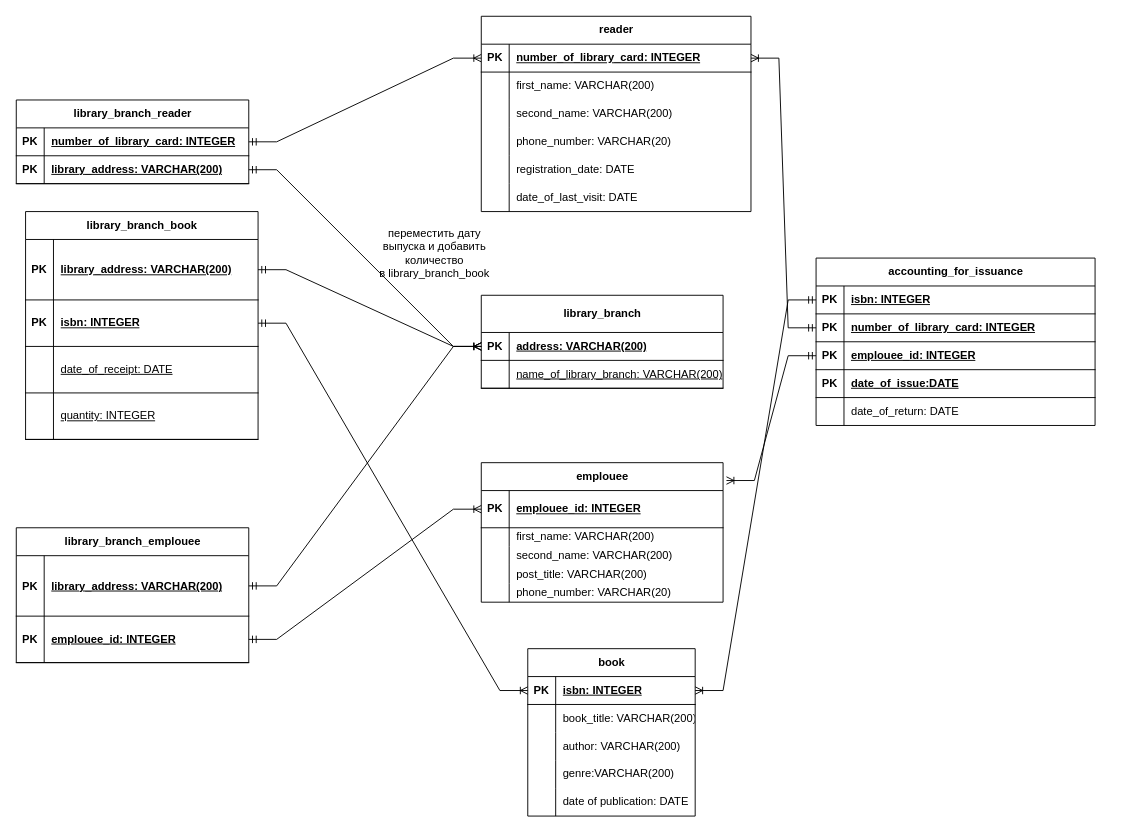
The draw.io diagram lab1/lab1_task3.drawio in ValentinKonstantinov/-Database, before the edit. Source tidied: cells renumbered, new cells numbered last; positions are measured from the earlier drawing's top-left corner, leaving out a move shared by most shapes. Both pictures are drawn from the tidied source at 93%, with x=0, y=0 at pixel (16, 16).
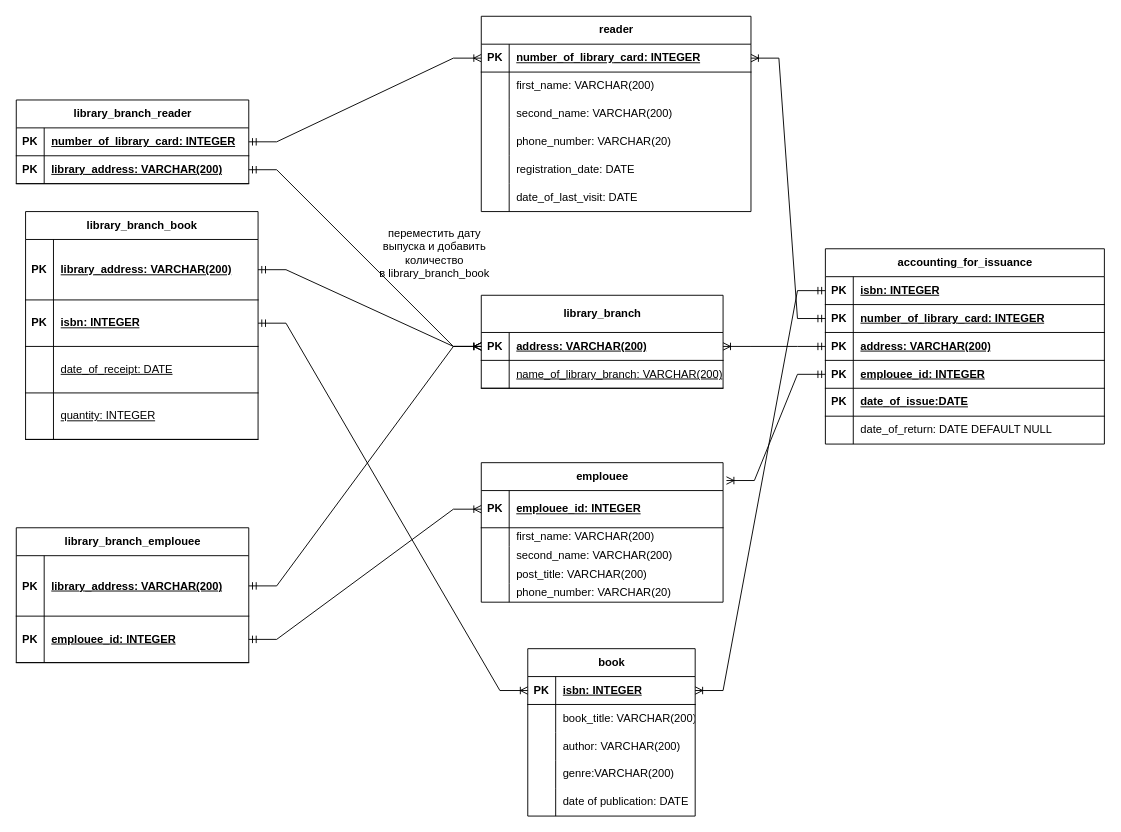
The same diagram, later.

The change refers to these unchanged cells:
```xml
<mxCell id="19" style="shape=tableRow;horizontal=0;startSize=0;swimlaneHead=0;swimlaneBody=0;fillColor=none;points=[[0,0.5],[1,0.5]];portConstraint=eastwest;top=0;left=0;right=0;bottom=1;" parent="18" vertex="1">
  <mxGeometry y="40" width="260" height="30" as="geometry" />
</mxCell>
```

Diff of the diagram source:
```diff
@@
     <mxCell id="67" value="accounting_for_issuance" style="shape=table;startSize=30;childLayout=tableLayout;rowLines=0;fontStyle=1;align=center;html=1;" parent="1" vertex="1">
-      <mxGeometry x="860" y="260" width="300" height="180" as="geometry" />
+      <mxGeometry x="870" y="250" width="300" height="210" as="geometry" />
     </mxCell>
@@
+    <mxCell id="113" style="shape=tableRow;horizontal=0;startSize=0;swimlaneHead=0;swimlaneBody=0;fillColor=none;points=[[0,0.5],[1,0.5]];portConstraint=eastwest;top=0;left=0;right=0;bottom=1;" parent="67" vertex="1">
+      <mxGeometry y="90" width="300" height="30" as="geometry" />
+    </mxCell>
+    <mxCell id="114" value="PK" style="shape=partialRectangle;fillColor=none;top=0;left=0;bottom=0;right=0;fontStyle=1;overflow=hidden;whiteSpace=wrap;html=1;" parent="113" vertex="1">
+      <mxGeometry width="30" height="30" as="geometry" />
+    </mxCell>
+    <mxCell id="115" value="address: VARCHAR(200)" style="shape=partialRectangle;fillColor=none;top=0;left=0;bottom=0;right=0;align=left;spacingLeft=6;fontStyle=5;overflow=hidden;whiteSpace=wrap;html=1;" parent="113" vertex="1">
+      <mxGeometry x="30" width="270" height="30" as="geometry" />
+    </mxCell>
     <mxCell id="74" style="shape=tableRow;horizontal=0;startSize=0;swimlaneHead=0;swimlaneBody=0;fillColor=none;points=[[0,0.5],[1,0.5]];portConstraint=eastwest;top=0;left=0;right=0;bottom=1;" parent="67" vertex="1">
-      <mxGeometry y="90" width="300" height="30" as="geometry" />
+      <mxGeometry y="120" width="300" height="30" as="geometry" />
     </mxCell>
@@
     <mxCell id="77" style="shape=tableRow;horizontal=0;startSize=0;swimlaneHead=0;swimlaneBody=0;fillColor=none;top=0;left=0;right=0;bottom=1;" parent="67" vertex="1">
-      <mxGeometry y="120" width="300" height="30" as="geometry" />
+      <mxGeometry y="150" width="300" height="30" as="geometry" />
     </mxCell>
@@
     <mxCell id="80" style="shape=tableRow;horizontal=0;startSize=0;swimlaneHead=0;swimlaneBody=0;fillColor=none;top=0;left=0;right=0;bottom=0;" parent="67" vertex="1">
-      <mxGeometry y="150" width="300" height="30" as="geometry" />
+      <mxGeometry y="180" width="300" height="30" as="geometry" />
     </mxCell>
@@
-    <mxCell id="82" value="date_of_return: DATE" style="shape=partialRectangle;fillColor=none;top=0;left=0;bottom=0;right=0;align=left;spacingLeft=6;overflow=hidden;whiteSpace=wrap;html=1;" parent="80" vertex="1">
+    <mxCell id="82" value="date_of_return: DATE DEFAULT NULL" style="shape=partialRectangle;fillColor=none;top=0;left=0;bottom=0;right=0;align=left;spacingLeft=6;overflow=hidden;whiteSpace=wrap;html=1;" parent="80" vertex="1">
       <mxGeometry x="30" width="270" height="30" as="geometry" />
     </mxCell>
@@
+    <mxCell id="116" style="edgeStyle=entityRelationEdgeStyle;fontSize=12;html=1;endArrow=ERoneToMany;startArrow=ERmandOne;rounded=0;exitX=0;exitY=0.5;exitDx=0;exitDy=0;entryX=1;entryY=0.5;entryDx=0;entryDy=0;" parent="1" edge="1" source="113" target="19">
+      <mxGeometry relative="1" as="geometry">
+        <Array as="points">
+          <mxPoint x="974" y="1255" />
+          <mxPoint x="1004" y="1235" />
+          <mxPoint x="1014" y="1215" />
+          <mxPoint x="1034" y="1255" />
+          <mxPoint x="994" y="1225" />
+        </Array>
+      </mxGeometry>
+    </mxCell>
```
